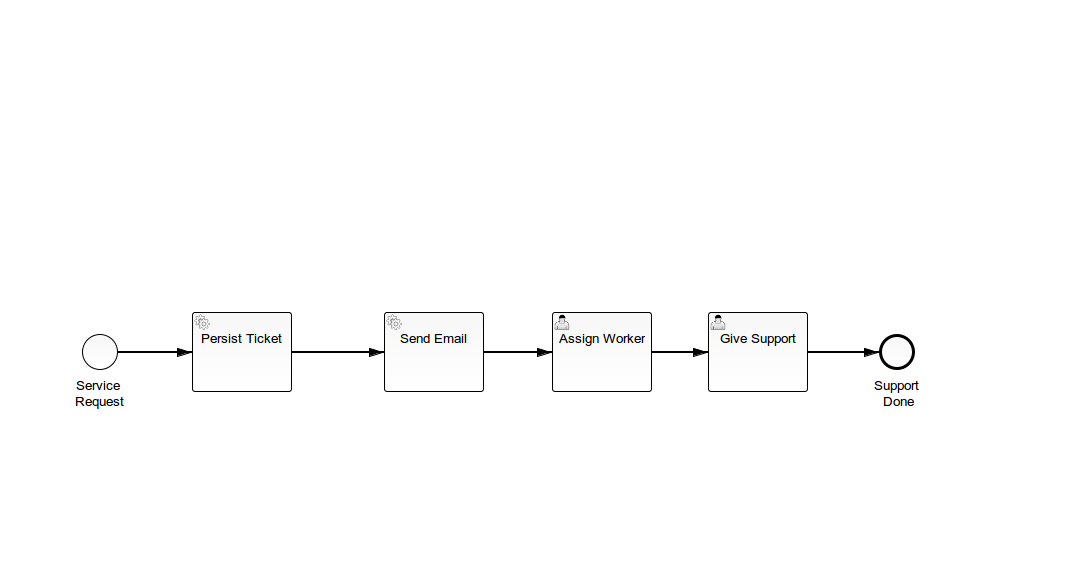
Earlier version of the BPMN export it-support/src/main/resources/it-support.png (timmornYE/modeling-it_support). Its source is kept beside it as it-support/src/main/resources/it-support.bpmn. Ids are renumbered.
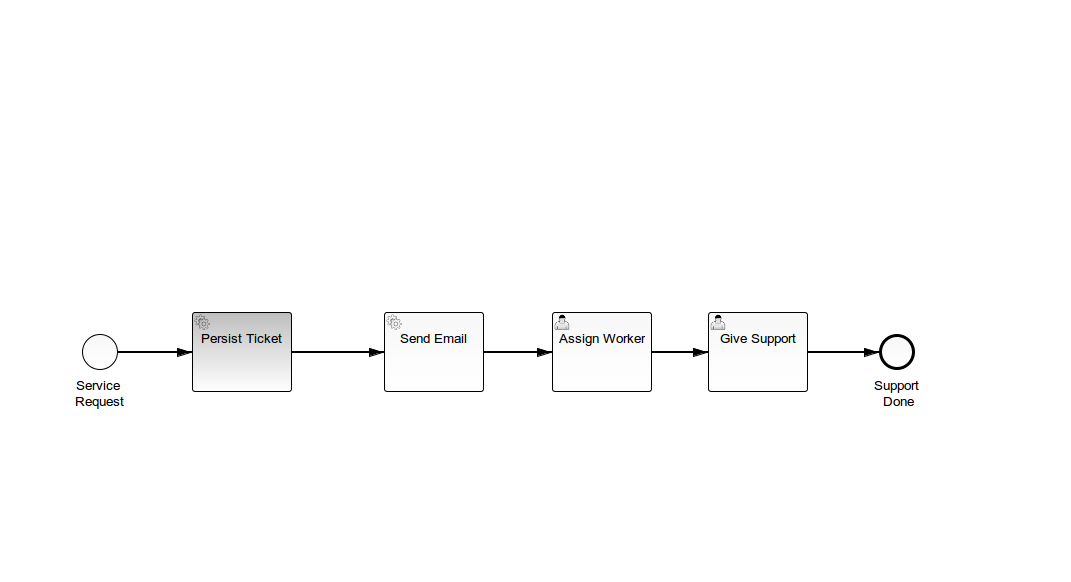
Above is the later version.

The edit, as a diff of the source:
```diff
@@ -1,6 +1,6 @@
 <bpmn2:definitions xmlns:xsi="http://www.w3.org/2001/XMLSchema-instance" xmlns:bpmn2="http://www.omg.org/spec/BPMN/20100524/MODEL" xmlns:bpmndi="http://www.omg.org/spec/BPMN/20100524/DI" xmlns:camunda="http://activiti.org/bpmn" xmlns:dc="http://www.omg.org/spec/DD/20100524/DC" xmlns:di="http://www.omg.org/spec/DD/20100524/DI" xsi:schemaLocation="http://www.omg.org/spec/BPMN/20100524/MODEL BPMN20.xsd" id="_QS6rAPosEeSsv_LZm4o_0Q" exporter="camunda modeler" exporterVersion="2.7.0" targetNamespace="http://activiti.org/bpmn">
   <bpmn2:process id="itSupport" name="IT Support" isExecutable="true">
-    <bpmn2:serviceTask id="ServiceTask_1" camunda:expression="${true}" name="Persist Ticket">
+    <bpmn2:serviceTask id="ServiceTask_1" camunda:expression="${supportBusinessLogic.persistSupportRequest(execution)}" name="Persist Ticket">
       <bpmn2:incoming>SequenceFlow_1</bpmn2:incoming>
       <bpmn2:outgoing>SequenceFlow_3</bpmn2:outgoing>
     </bpmn2:serviceTask>
```
